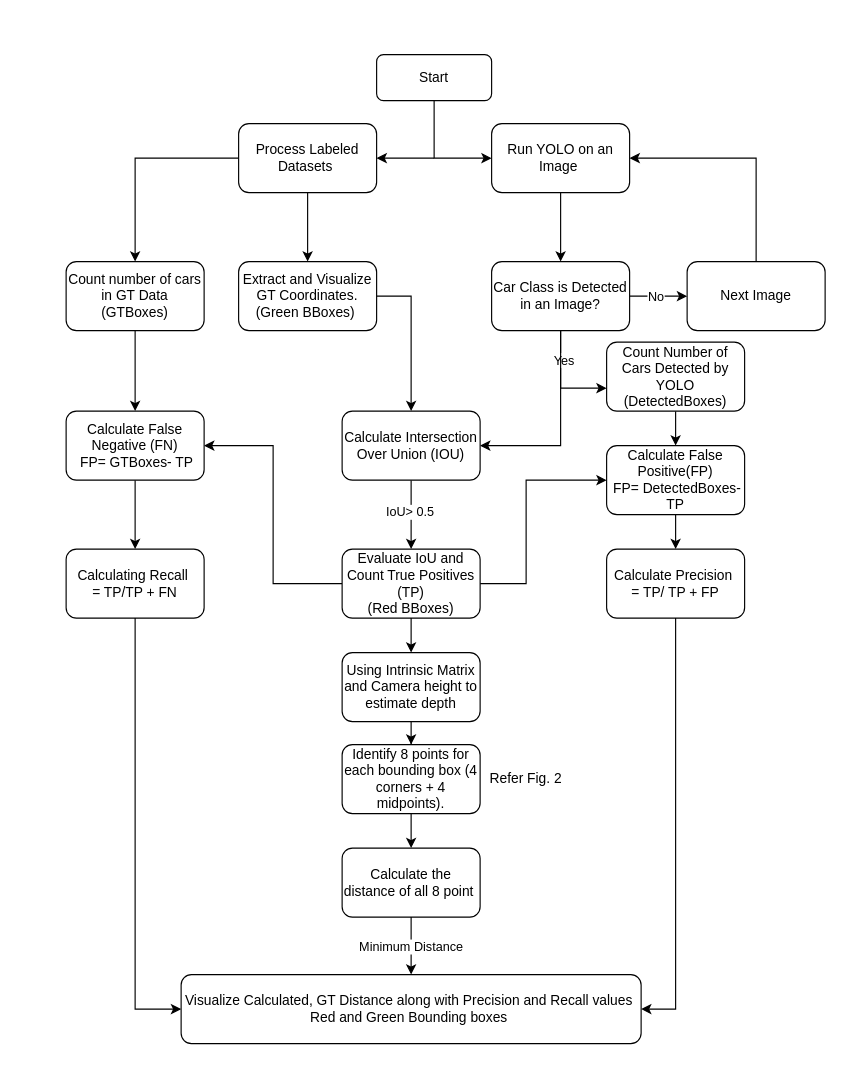
KaranSankla/ObjectDetection_YOLO keeps this draw.io diagram as Untitled Diagram.drawio. Above is the earlier version. Source tidied: cells renumbered, new cells numbered last; positions are measured from the earlier drawing's top-left corner, leaving out a move shared by most shapes. Both pictures are drawn from the tidied source at 115%, with x=0, y=0 at pixel (66, 54).
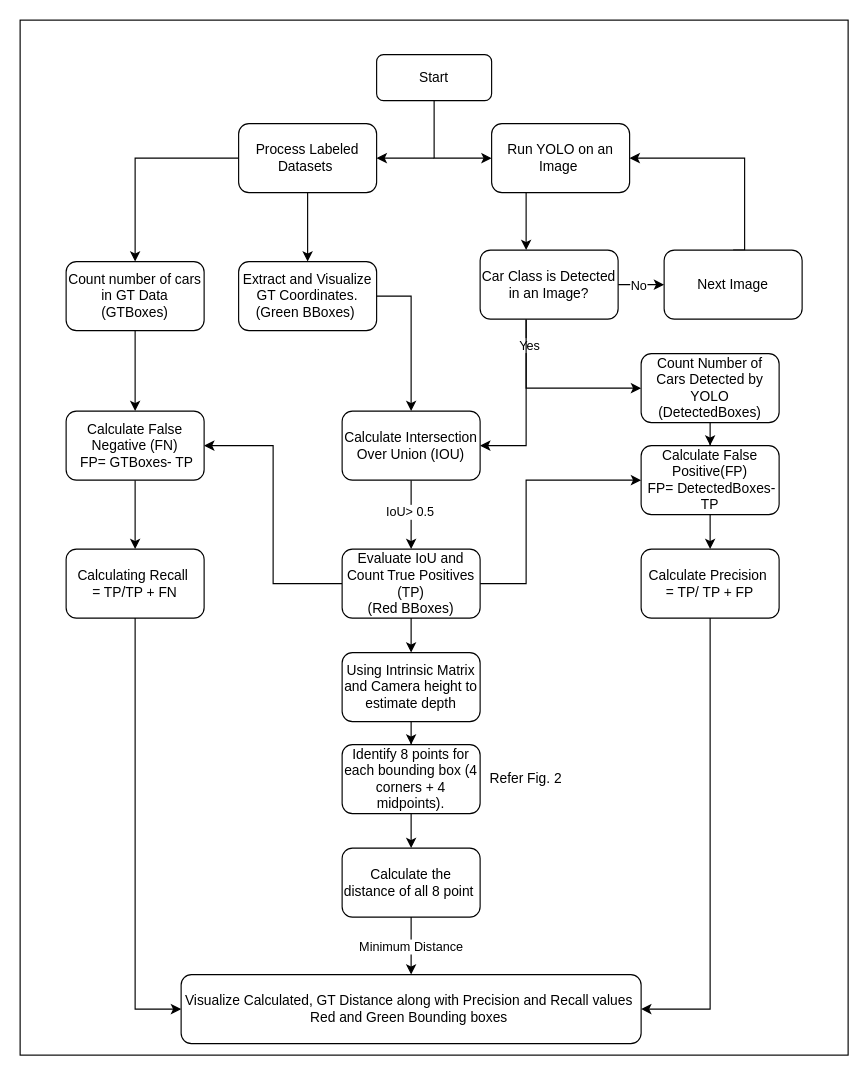
Above is the later version.

Unchanged cells that the change refers to:
```xml
<mxCell id="8" value="Run YOLO on an Image&amp;nbsp;" style="rounded=1;whiteSpace=wrap;html=1;" parent="1" vertex="1">
  <mxGeometry x="370" y="60" width="120" height="60" as="geometry" />
</mxCell>
<mxCell id="24" value="Calculate Intersection Over Union (IOU)" style="rounded=1;whiteSpace=wrap;html=1;" parent="1" vertex="1">
  <mxGeometry x="240" y="310" width="120" height="60" as="geometry" />
</mxCell>
```

Change to the diagram source:
```diff
@@
     <mxCell id="7" style="edgeStyle=orthogonalEdgeStyle;rounded=0;jettySize=auto;html=1;" parent="1" edge="1" source="8" target="16">
-      <mxGeometry relative="1" as="geometry" />
+      <mxGeometry relative="1" as="geometry">
+        <Array as="points">
+          <mxPoint x="400" y="140" />
+          <mxPoint x="400" y="140" />
+        </Array>
+      </mxGeometry>
     </mxCell>
@@
     <mxCell id="13" style="edgeStyle=orthogonalEdgeStyle;rounded=0;jettySize=auto;html=1;" parent="1" edge="1" source="16" target="24">
       <mxGeometry relative="1" as="geometry">
         <Array as="points">
-          <mxPoint x="430" y="340" />
+          <mxPoint x="400" y="340" />
         </Array>
       </mxGeometry>
     </mxCell>
@@
     <mxCell id="15" style="edgeStyle=orthogonalEdgeStyle;rounded=0;jettySize=auto;html=1;" parent="1" edge="1" source="16" target="26">
       <mxGeometry relative="1" as="geometry">
         <Array as="points">
-          <mxPoint x="430" y="290" />
-          <mxPoint x="540" y="290" />
+          <mxPoint x="400" y="290" />
         </Array>
       </mxGeometry>
     </mxCell>
     <mxCell id="16" value="Car Class is Detected in an Image?" style="rounded=1;whiteSpace=wrap;html=1;" parent="1" vertex="1">
-      <mxGeometry x="370" y="180" width="120" height="60" as="geometry" />
+      <mxGeometry x="360" y="170" width="120" height="60" as="geometry" />
     </mxCell>
@@
     <mxCell id="18" style="edgeStyle=orthogonalEdgeStyle;rounded=0;jettySize=auto;html=1;entryX=1;entryY=0.5;entryDx=0;entryDy=0;exitX=0.5;exitY=0;exitDx=0;exitDy=0;" parent="1" edge="1" source="19" target="8">
       <mxGeometry relative="1" as="geometry">
         <Array as="points">
-          <mxPoint x="600" y="90" />
+          <mxPoint x="590" y="90" />
         </Array>
       </mxGeometry>
     </mxCell>
     <mxCell id="19" value="Next Image" style="rounded=1;whiteSpace=wrap;html=1;" parent="1" vertex="1">
-      <mxGeometry x="540" y="180" width="120" height="60" as="geometry" />
+      <mxGeometry x="520" y="170" width="120" height="60" as="geometry" />
     </mxCell>
@@
     <mxCell id="26" value="Count Number of Cars Detected by YOLO (DetectedBoxes)" style="rounded=1;whiteSpace=wrap;html=1;" parent="1" vertex="1">
-      <mxGeometry x="470" y="250" width="120" height="60" as="geometry" />
+      <mxGeometry x="500" y="260" width="120" height="60" as="geometry" />
     </mxCell>
@@
     <mxCell id="32" value="Calculate False Positive(FP)&lt;div&gt;&amp;nbsp;FP= DetectedBoxes-TP&lt;/div&gt;" style="rounded=1;whiteSpace=wrap;html=1;" parent="1" vertex="1">
-      <mxGeometry x="470" y="340" width="120" height="60" as="geometry" />
+      <mxGeometry x="500" y="340" width="120" height="60" as="geometry" />
     </mxCell>
@@
     <mxCell id="38" value="Calculate Precision&amp;nbsp;&lt;div&gt;= TP/ TP + FP&lt;/div&gt;" style="rounded=1;whiteSpace=wrap;html=1;" parent="1" vertex="1">
-      <mxGeometry x="470" y="430" width="120" height="60" as="geometry" />
+      <mxGeometry x="500" y="430" width="120" height="60" as="geometry" />
     </mxCell>
@@
+    <mxCell id="48" style="rounded=0;whiteSpace=wrap;html=1;fillColor=none;" parent="1" vertex="1">
+      <mxGeometry x="-40" y="-30" width="720" height="900" as="geometry" />
+    </mxCell>
```
